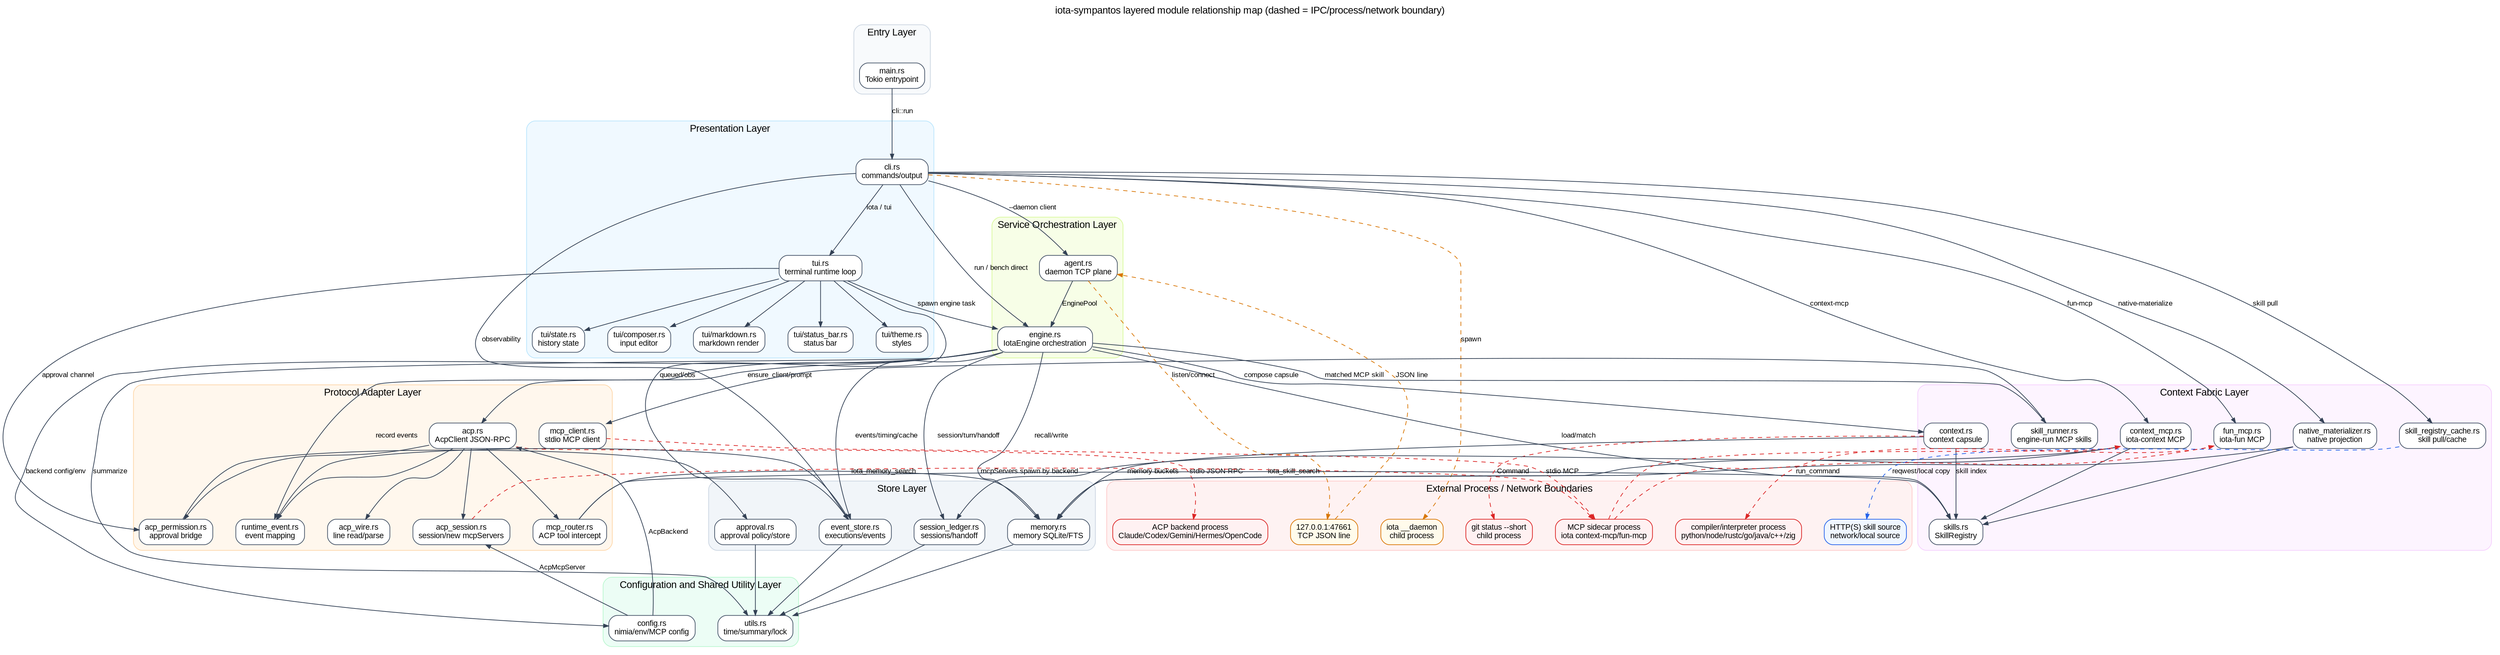
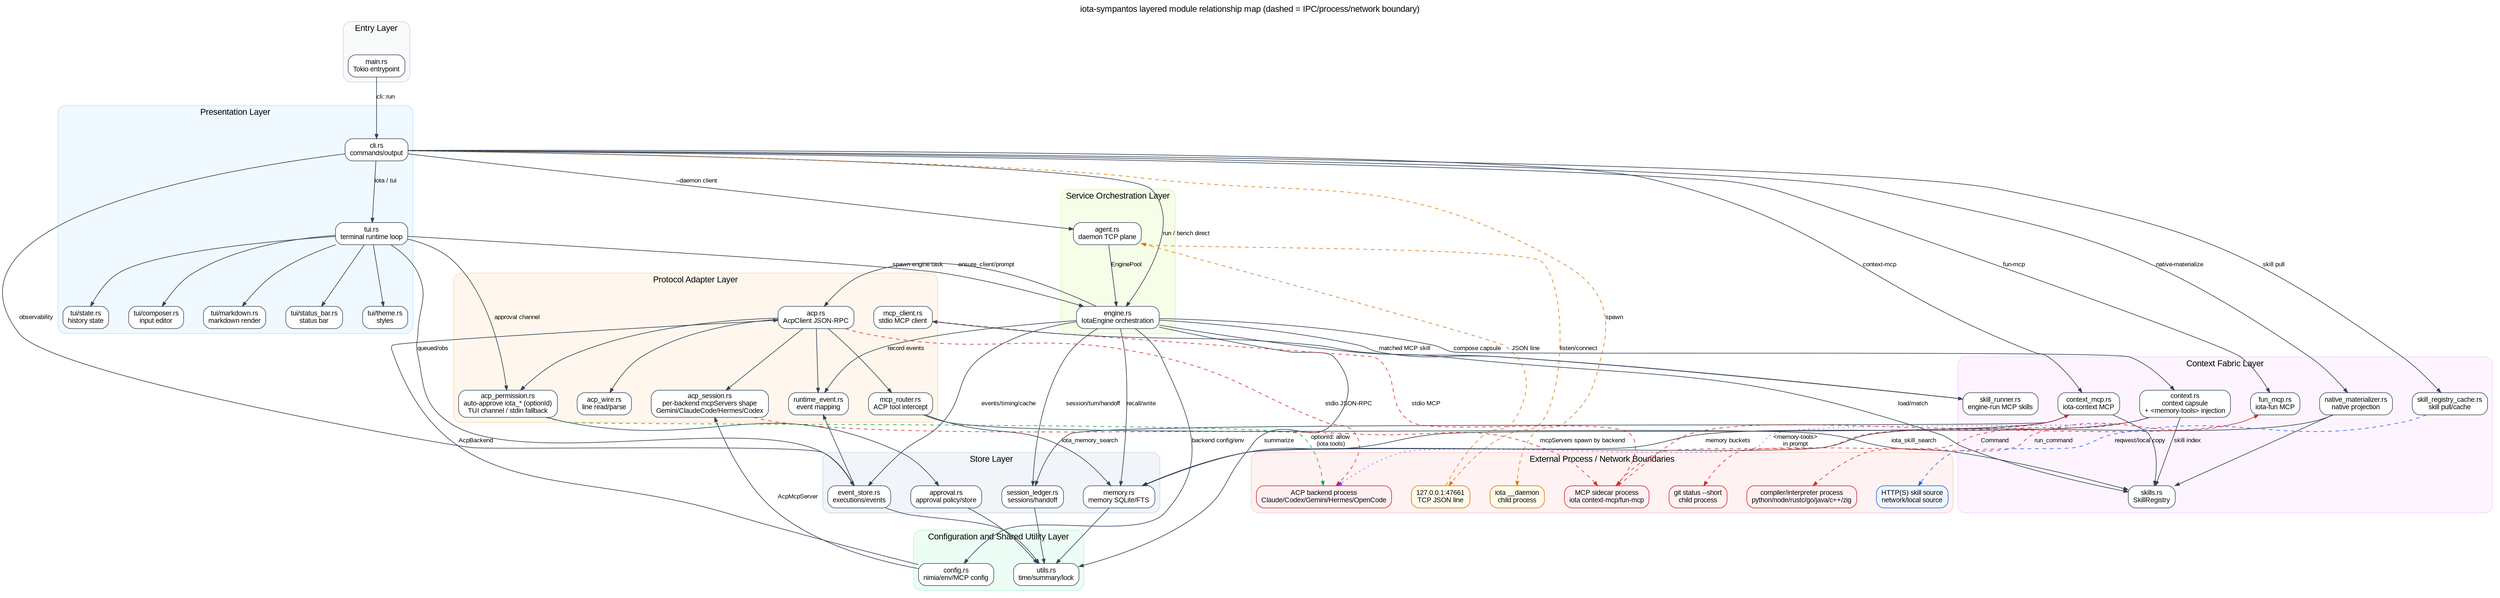
digraph IotaLayeredModuleMap {
  graph [rankdir=TB, bgcolor="white", fontname="Arial", labelloc="t", label="iota-sympantos layered module relationship map (dashed = IPC/process/network boundary)", nodesep=0.45, ranksep=0.75];
  node [shape=box, style="rounded,filled", fillcolor="white", color="#475569", fontname="Arial", fontsize=11];
  edge [color="#334155", fontname="Arial", fontsize=10, arrowsize=0.7];

  subgraph cluster_entry {
    label="Entry Layer"; color="#cbd5e1"; style="rounded,filled"; fillcolor="#f8fafc";
    main [label="main.rs\nTokio entrypoint"];
  }

  subgraph cluster_presentation {
    label="Presentation Layer"; color="#bae6fd"; style="rounded,filled"; fillcolor="#f0f9ff";
    cli [label="cli.rs\ncommands/output"];
    tui [label="tui.rs\nterminal runtime loop"];
    composer [label="tui/composer.rs\ninput editor"];
    markdown [label="tui/markdown.rs\nmarkdown render"];
    status [label="tui/status_bar.rs\nstatus bar"];
    theme [label="tui/theme.rs\nstyles"];
    state [label="tui/state.rs\nhistory state"];
  }

  subgraph cluster_service {
    label="Service Orchestration Layer"; color="#d9f99d"; style="rounded,filled"; fillcolor="#f7fee7";
    engine [label="engine.rs\nIotaEngine orchestration"];
    agent [label="agent.rs\ndaemon TCP plane"];
  }

  subgraph cluster_protocol {
    label="Protocol Adapter Layer"; color="#fed7aa"; style="rounded,filled"; fillcolor="#fff7ed";
    acp [label="acp.rs\nAcpClient JSON-RPC"];
    acp_wire [label="acp_wire.rs\nline read/parse"];
-     acp_session [label="acp_session.rs\nsession/new mcpServers"];
-     acp_permission [label="acp_permission.rs\napproval bridge"];
+     acp_session [label="acp_session.rs\nper-backend mcpServers shape\nGemini/ClaudeCode/Hermes/Codex"];
+     acp_permission [label="acp_permission.rs\nauto-approve iota_* (optionId)\nTUI channel / stdin fallback"];
    runtime_event [label="runtime_event.rs\nevent mapping"];
    mcp_router [label="mcp_router.rs\nACP tool intercept"];
    mcp_client [label="mcp_client.rs\nstdio MCP client"];
  }

  subgraph cluster_context {
    label="Context Fabric Layer"; color="#f5d0fe"; style="rounded,filled"; fillcolor="#fdf4ff";
-     context [label="context.rs\ncontext capsule"];
+     context [label="context.rs\ncontext capsule\n+ &lt;memory-tools&gt; injection"];
    skills [label="skills.rs\nSkillRegistry"];
    skill_runner [label="skill_runner.rs\nengine-run MCP skills"];
    context_mcp [label="context_mcp.rs\niota-context MCP"];
    fun_mcp [label="fun_mcp.rs\niota-fun MCP"];
    native_materializer [label="native_materializer.rs\nnative projection"];
    skill_registry_cache [label="skill_registry_cache.rs\nskill pull/cache"];
  }

  subgraph cluster_store {
    label="Store Layer"; color="#cbd5e1"; style="rounded,filled"; fillcolor="#f1f5f9";
    event_store [label="event_store.rs\nexecutions/events"];
    memory [label="memory.rs\nmemory SQLite/FTS"];
    approval [label="approval.rs\napproval policy/store"];
    session_ledger [label="session_ledger.rs\nsessions/handoff"];
  }

  subgraph cluster_external {
    label="External Process / Network Boundaries"; color="#fecaca"; style="rounded,filled"; fillcolor="#fef2f2";
    daemon_proc [label="iota __daemon\nchild process", color="#d97706", fillcolor="#fffbeb"];
    tcp [label="127.0.0.1:47661\nTCP JSON line", color="#d97706", fillcolor="#fffbeb"];
    acp_backend [label="ACP backend process\nClaude/Codex/Gemini/Hermes/OpenCode", color="#dc2626", fillcolor="#fff1f2"];
    mcp_sidecar [label="MCP sidecar process\niota context-mcp/fun-mcp", color="#dc2626", fillcolor="#fff1f2"];
    tool_proc [label="compiler/interpreter process\npython/node/rustc/go/java/c++/zig", color="#dc2626", fillcolor="#fff1f2"];
    git [label="git status --short\nchild process", color="#dc2626", fillcolor="#fff1f2"];
    network [label="HTTP(S) skill source\nnetwork/local source", color="#2563eb", fillcolor="#eff6ff"];
  }

  subgraph cluster_config {
    label="Configuration and Shared Utility Layer"; color="#bbf7d0"; style="rounded,filled"; fillcolor="#ecfdf5";
    config [label="config.rs\nnimia/env/MCP config"];
    utils [label="utils.rs\ntime/summary/lock"];
  }

  main -> cli [label="cli::run"];
  cli -> tui [label="iota / tui"];
  cli -> engine [label="run / bench direct"];
  cli -> agent [label="--daemon client"];
  cli -> event_store [label="observability"];
  cli -> native_materializer [label="native-materialize"];
  cli -> skill_registry_cache [label="skill pull"];
  cli -> context_mcp [label="context-mcp"];
  cli -> fun_mcp [label="fun-mcp"];

  tui -> engine [label="spawn engine task"];
  tui -> composer;
  tui -> markdown;
  tui -> status;
  tui -> theme;
  tui -> state;
  tui -> acp_permission [label="approval channel"];
  tui -> event_store [label="queued/obs"];

  agent -> engine [label="EnginePool"];
  cli -> daemon_proc [style=dashed, color="#d97706", label="spawn"];
  agent -> tcp [style=dashed, color="#d97706", label="listen/connect"];
  tcp -> agent [style=dashed, color="#d97706", label="JSON line"];

  engine -> acp [label="ensure_client/prompt"];
  engine -> context [label="compose capsule"];
  engine -> skills [label="load/match"];
  engine -> skill_runner [label="matched MCP skill"];
  engine -> event_store [label="events/timing/cache"];
  engine -> memory [label="recall/write"];
  engine -> session_ledger [label="session/turn/handoff"];
  engine -> runtime_event [label="record events"];
  engine -> config [label="backend config/env"];
  engine -> utils [label="summarize"];

  acp -> acp_wire;
  acp -> acp_session;
  acp -> acp_permission;
  acp -> runtime_event;
  acp -> mcp_router;
  acp -> acp_backend [style=dashed, color="#dc2626", label="stdio JSON-RPC"];
  acp_session -> mcp_sidecar [style=dashed, color="#dc2626", label="mcpServers spawn by backend"];
  acp_permission -> approval;
+   acp_permission -> acp_backend [style=dashed, color="#16a34a", label="optionId: allow\n(iota tools)"];
+   context -> acp_backend [style=dotted, color="#7c3aed", label="&lt;memory-tools&gt;\nin prompt"];
  mcp_router -> memory [label="iota_memory_search"];
  mcp_router -> skills [label="iota_skill_search"];

  context -> skills [label="skill index"];
  context -> memory [label="memory buckets"];
  context -> git [style=dashed, color="#dc2626", label="Command"];
  skill_runner -> mcp_client;
  mcp_client -> mcp_sidecar [style=dashed, color="#dc2626", label="stdio MCP"];
  mcp_sidecar -> context_mcp [style=dashed, color="#dc2626"];
  mcp_sidecar -> fun_mcp [style=dashed, color="#dc2626"];
  context_mcp -> memory;
  context_mcp -> skills;
  context_mcp -> session_ledger;
  fun_mcp -> tool_proc [style=dashed, color="#dc2626", label="run_command"];
  native_materializer -> memory;
  native_materializer -> skills;
  skill_registry_cache -> network [style=dashed, color="#2563eb", label="reqwest/local copy"];

  event_store -> runtime_event;
  event_store -> utils;
  memory -> utils;
  approval -> utils;
  session_ledger -> utils;
  config -> acp_session [label="AcpMcpServer"];
  config -> acp [label="AcpBackend"];
}
